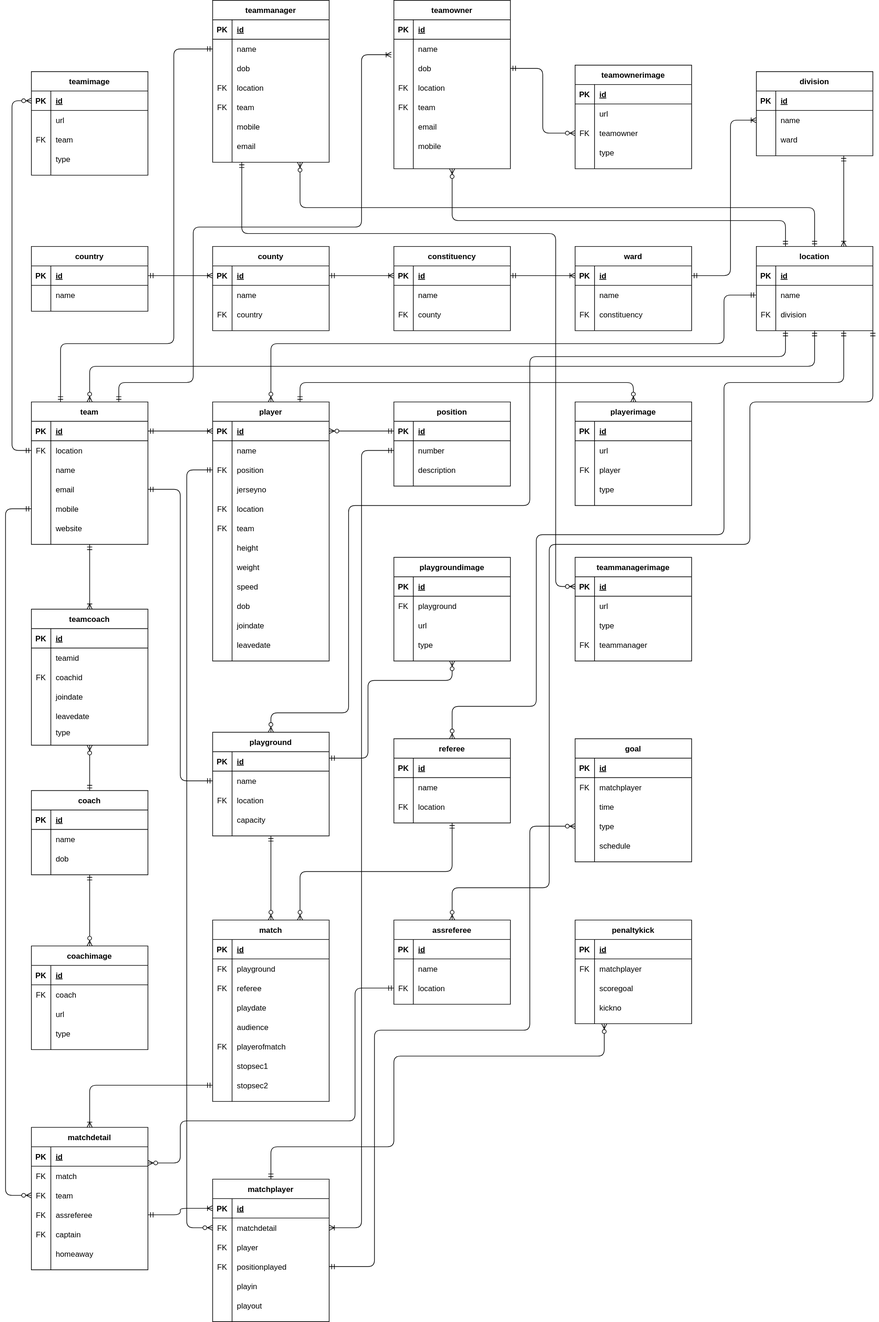
Earlier version of the draw.io export Untitled Diagram.svg (leonardevans/footakenya). Source tidied: cells renumbered, new cells last; positions are measured from the earlier drawing's top-left corner, leaving out a move shared by most shapes.
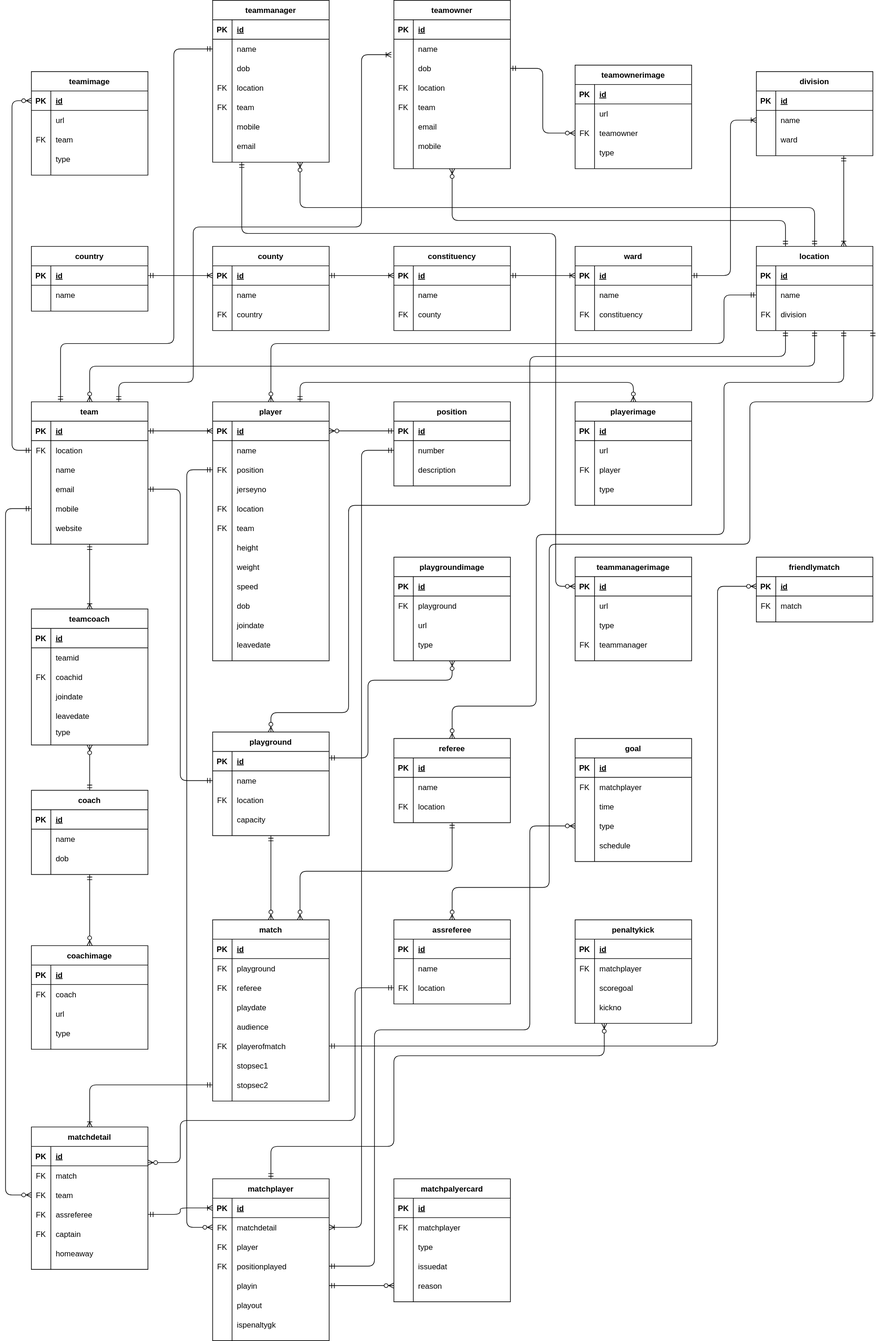
The same diagram one commit later.

The edit, as a diff of the source:
```diff
@@ -1242,7 +1242,7 @@
       </mxGeometry>
     </mxCell>
     <mxCell id="383" value="matchplayer" style="shape=table;startSize=30;rowLines=0;fontStyle=1;align=center;" parent="1" vertex="1">
-      <mxGeometry x="320" y="1820" width="180" height="220" as="geometry" />
+      <mxGeometry x="320" y="1820" width="180" height="250" as="geometry" />
     </mxCell>
     <mxCell id="384" style="shape=partialRectangle;fillColor=none;top=0;left=0;bottom=1;right=0;points=[[0,0.5],[1,0.5]];portConstraint=eastwest;" parent="383" vertex="1">
       <mxGeometry y="30" width="180" height="30" as="geometry" />
@@ -1298,6 +1298,15 @@
     <mxCell id="401" value="playout" style="shape=partialRectangle;fillColor=none;top=0;left=0;bottom=0;right=0;align=left;spacingLeft=6;overflow=hidden;" parent="399" vertex="1">
       <mxGeometry x="30" width="150" height="30" as="geometry" />
     </mxCell>
+    <mxCell id="436" style="shape=partialRectangle;fillColor=none;top=0;left=0;bottom=0;right=0;" parent="383" vertex="1">
+      <mxGeometry y="210" width="180" height="30" as="geometry" />
+    </mxCell>
+    <mxCell id="437" style="shape=partialRectangle;fillColor=none;top=0;left=0;bottom=0;right=0;overflow=hidden;" parent="436" vertex="1">
+      <mxGeometry width="30" height="30" as="geometry" />
+    </mxCell>
+    <mxCell id="438" value="ispenaltygk" style="shape=partialRectangle;fillColor=none;top=0;left=0;bottom=0;right=0;align=left;spacingLeft=6;overflow=hidden;" parent="436" vertex="1">
+      <mxGeometry x="30" width="150" height="30" as="geometry" />
+    </mxCell>
     <mxCell id="402" style="edgeStyle=orthogonalEdgeStyle;fontSize=12;html=1;endArrow=ERoneToMany;startArrow=ERmandOne;entryX=0;entryY=0.5;entryDx=0;entryDy=0;" parent="1" edge="1" source="341" target="384">
       <mxGeometry relative="1" as="geometry" />
     </mxCell>
@@ -1419,5 +1428,85 @@
         </Array>
       </mxGeometry>
     </mxCell>
+    <mxCell id="439" value="matchpalyercard" style="shape=table;startSize=30;rowLines=0;fontStyle=1;align=center;" parent="1" vertex="1">
+      <mxGeometry x="600" y="1820" width="180" height="190" as="geometry" />
+    </mxCell>
+    <mxCell id="440" style="shape=partialRectangle;fillColor=none;top=0;left=0;bottom=1;right=0;" parent="439" vertex="1">
+      <mxGeometry y="30" width="180" height="30" as="geometry" />
+    </mxCell>
+    <mxCell id="441" value="PK" style="shape=partialRectangle;fillColor=none;top=0;left=0;bottom=0;right=0;fontStyle=1;overflow=hidden;" parent="440" vertex="1">
+      <mxGeometry width="30" height="30" as="geometry" />
+    </mxCell>
+    <mxCell id="442" value="id" style="shape=partialRectangle;fillColor=none;top=0;left=0;bottom=0;right=0;align=left;spacingLeft=6;fontStyle=5;overflow=hidden;" parent="440" vertex="1">
+      <mxGeometry x="30" width="150" height="30" as="geometry" />
+    </mxCell>
+    <mxCell id="443" style="shape=partialRectangle;fillColor=none;top=0;left=0;bottom=0;right=0;" parent="439" vertex="1">
+      <mxGeometry y="60" width="180" height="30" as="geometry" />
+    </mxCell>
+    <mxCell id="444" value="FK" style="shape=partialRectangle;fillColor=none;top=0;left=0;bottom=0;right=0;overflow=hidden;" parent="443" vertex="1">
+      <mxGeometry width="30" height="30" as="geometry" />
+    </mxCell>
+    <mxCell id="445" value="matchplayer" style="shape=partialRectangle;fillColor=none;top=0;left=0;bottom=0;right=0;align=left;spacingLeft=6;overflow=hidden;" parent="443" vertex="1">
+      <mxGeometry x="30" width="150" height="30" as="geometry" />
+    </mxCell>
+    <mxCell id="446" style="shape=partialRectangle;fillColor=none;top=0;left=0;bottom=0;right=0;" parent="439" vertex="1">
+      <mxGeometry y="90" width="180" height="30" as="geometry" />
+    </mxCell>
+    <mxCell id="447" style="shape=partialRectangle;fillColor=none;top=0;left=0;bottom=0;right=0;overflow=hidden;" parent="446" vertex="1">
+      <mxGeometry width="30" height="30" as="geometry" />
+    </mxCell>
+    <mxCell id="448" value="type" style="shape=partialRectangle;fillColor=none;top=0;left=0;bottom=0;right=0;align=left;spacingLeft=6;overflow=hidden;" parent="446" vertex="1">
+      <mxGeometry x="30" width="150" height="30" as="geometry" />
+    </mxCell>
+    <mxCell id="449" style="shape=partialRectangle;fillColor=none;top=0;left=0;bottom=0;right=0;" parent="439" vertex="1">
+      <mxGeometry y="120" width="180" height="30" as="geometry" />
+    </mxCell>
+    <mxCell id="450" style="shape=partialRectangle;fillColor=none;top=0;left=0;bottom=0;right=0;overflow=hidden;" parent="449" vertex="1">
+      <mxGeometry width="30" height="30" as="geometry" />
+    </mxCell>
+    <mxCell id="451" value="issuedat" style="shape=partialRectangle;fillColor=none;top=0;left=0;bottom=0;right=0;align=left;spacingLeft=6;overflow=hidden;" parent="449" vertex="1">
+      <mxGeometry x="30" width="150" height="30" as="geometry" />
+    </mxCell>
+    <mxCell id="452" style="shape=partialRectangle;fillColor=none;top=0;left=0;bottom=0;right=0;points=[[0,0.5],[1,0.5]];portConstraint=eastwest;" parent="439" vertex="1">
+      <mxGeometry y="150" width="180" height="30" as="geometry" />
+    </mxCell>
+    <mxCell id="453" style="shape=partialRectangle;fillColor=none;top=0;left=0;bottom=0;right=0;overflow=hidden;" parent="452" vertex="1">
+      <mxGeometry width="30" height="30" as="geometry" />
+    </mxCell>
+    <mxCell id="454" value="reason" style="shape=partialRectangle;fillColor=none;top=0;left=0;bottom=0;right=0;align=left;spacingLeft=6;overflow=hidden;" parent="452" vertex="1">
+      <mxGeometry x="30" width="150" height="30" as="geometry" />
+    </mxCell>
+    <mxCell id="455" style="edgeStyle=orthogonalEdgeStyle;fontSize=12;html=1;endArrow=ERzeroToMany;startArrow=ERmandOne;exitX=1;exitY=0.5;exitDx=0;exitDy=0;entryX=0;entryY=0.5;entryDx=0;entryDy=0;" parent="1" edge="1" source="396" target="452">
+      <mxGeometry relative="1" as="geometry" />
+    </mxCell>
+    <mxCell id="456" value="friendlymatch" style="shape=table;startSize=30;rowLines=0;fontStyle=1;align=center;" parent="1" vertex="1">
+      <mxGeometry x="1160" y="860" width="180" height="100" as="geometry" />
+    </mxCell>
+    <mxCell id="457" style="shape=partialRectangle;fillColor=none;top=0;left=0;bottom=1;right=0;points=[[0,0.5],[1,0.5]];portConstraint=eastwest;" parent="456" vertex="1">
+      <mxGeometry y="30" width="180" height="30" as="geometry" />
+    </mxCell>
+    <mxCell id="458" value="PK" style="shape=partialRectangle;fillColor=none;top=0;left=0;bottom=0;right=0;fontStyle=1;overflow=hidden;" parent="457" vertex="1">
+      <mxGeometry width="30" height="30" as="geometry" />
+    </mxCell>
+    <mxCell id="459" value="id" style="shape=partialRectangle;fillColor=none;top=0;left=0;bottom=0;right=0;align=left;spacingLeft=6;fontStyle=5;overflow=hidden;" parent="457" vertex="1">
+      <mxGeometry x="30" width="150" height="30" as="geometry" />
+    </mxCell>
+    <mxCell id="460" style="shape=partialRectangle;fillColor=none;top=0;left=0;bottom=0;right=0;" parent="456" vertex="1">
+      <mxGeometry y="60" width="180" height="30" as="geometry" />
+    </mxCell>
+    <mxCell id="461" value="FK" style="shape=partialRectangle;fillColor=none;top=0;left=0;bottom=0;right=0;overflow=hidden;" parent="460" vertex="1">
+      <mxGeometry width="30" height="30" as="geometry" />
+    </mxCell>
+    <mxCell id="462" value="match" style="shape=partialRectangle;fillColor=none;top=0;left=0;bottom=0;right=0;align=left;spacingLeft=6;overflow=hidden;" parent="460" vertex="1">
+      <mxGeometry x="30" width="150" height="30" as="geometry" />
+    </mxCell>
+    <mxCell id="463" style="edgeStyle=orthogonalEdgeStyle;fontSize=12;html=1;endArrow=ERzeroToMany;startArrow=ERmandOne;entryX=0;entryY=0.5;entryDx=0;entryDy=0;exitX=1;exitY=0.5;exitDx=0;exitDy=0;" parent="1" edge="1" source="243" target="457">
+      <mxGeometry relative="1" as="geometry">
+        <Array as="points">
+          <mxPoint x="1100" y="1615" />
+          <mxPoint x="1100" y="905" />
+        </Array>
+      </mxGeometry>
+    </mxCell>
   </root>
 </mxGraphModel>
```
